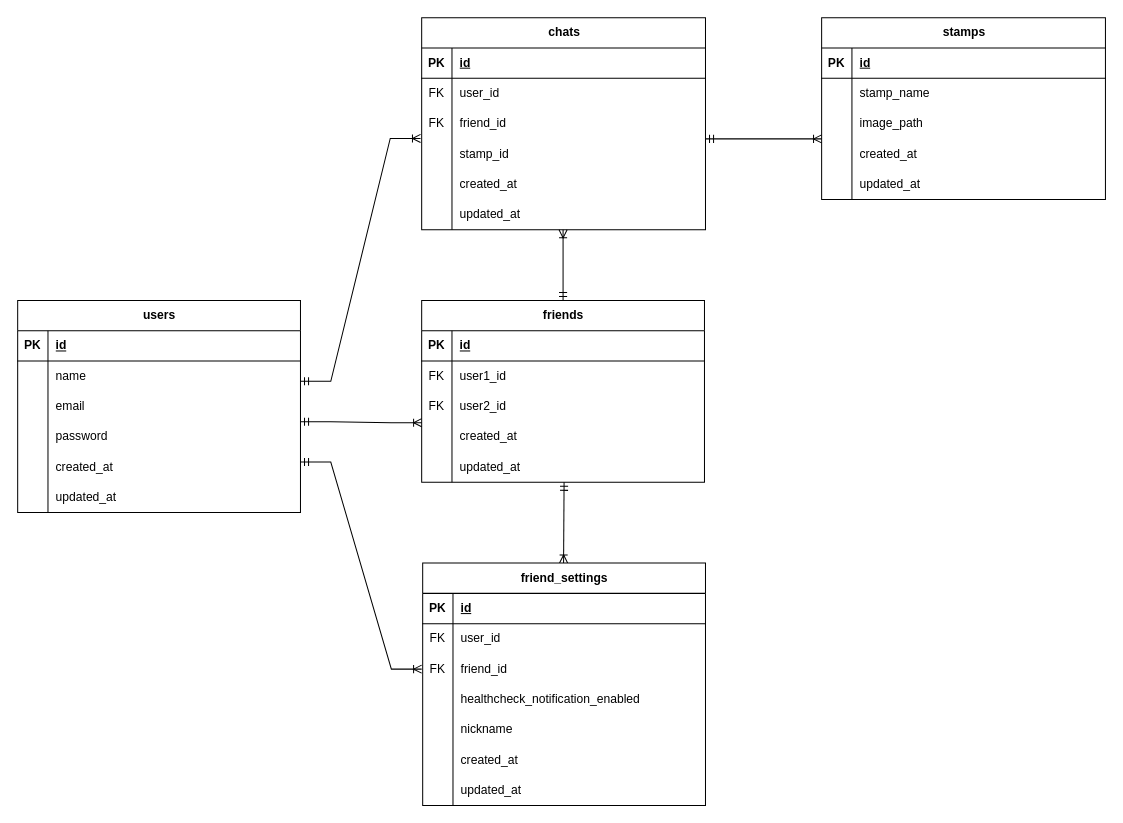
The draw.io diagram ER図 .drawio in ht19ssts/-, before the edit. Source tidied: cells renumbered, new cells numbered last; positions are measured from the earlier drawing's top-left corner, leaving out a move shared by most shapes. Both pictures are drawn from the tidied source at 101%, with x=0, y=0 at pixel (17, 17).
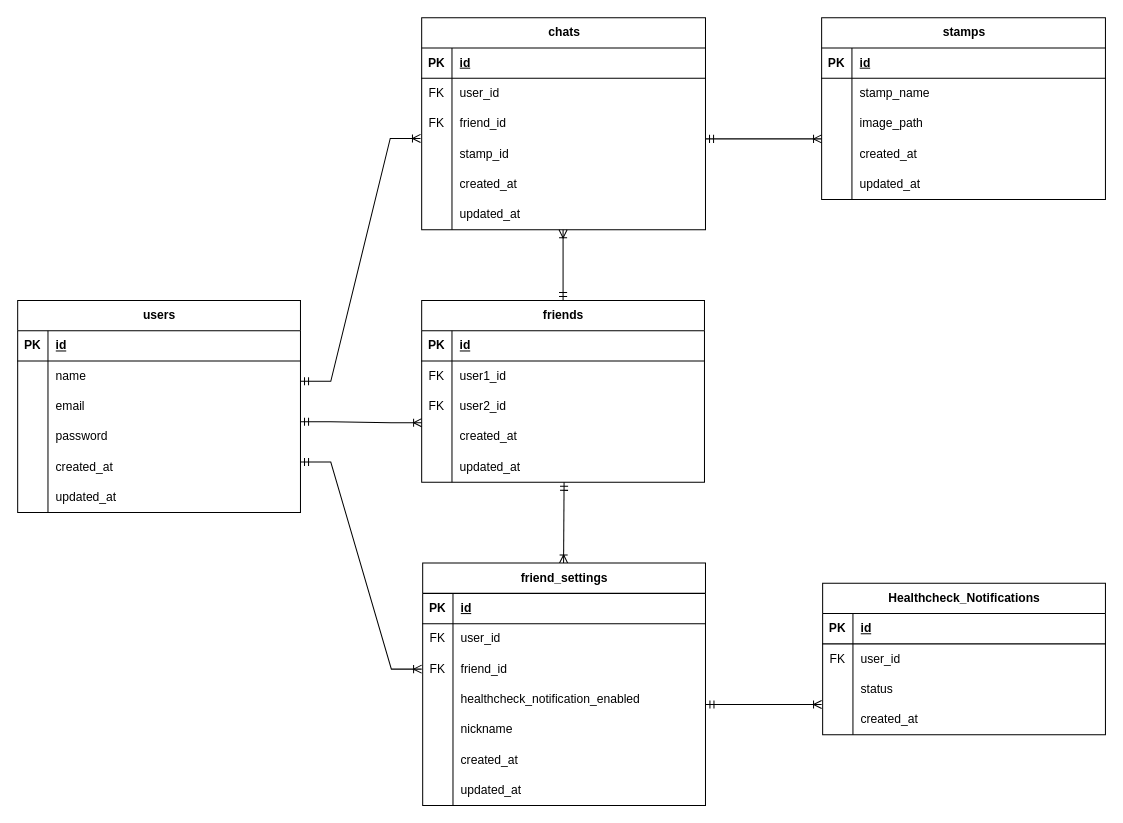
After the change.

Commit message:
ER図 .drawio を更新します

The edit, as a diff of the source:
```diff
@@
+    <mxCell id="101" value="&lt;span style=&quot;font-size: 12px;&quot;&gt;Healthcheck_Notifications&lt;/span&gt;" style="shape=table;startSize=30;childLayout=tableLayout;rowLines=0;fontStyle=1;align=center;html=1;" parent="1" vertex="1">
+      <mxGeometry x="797" y="560" width="280" height="150" as="geometry" />
+    </mxCell>
+    <mxCell id="102" style="shape=tableRow;horizontal=0;startSize=0;swimlaneHead=0;swimlaneBody=0;fillColor=none;top=0;left=0;right=0;bottom=1;" parent="101" vertex="1">
+      <mxGeometry y="30" width="280" height="30" as="geometry" />
+    </mxCell>
+    <mxCell id="103" value="PK" style="shape=partialRectangle;fillColor=none;top=0;left=0;bottom=0;right=0;fontStyle=1;overflow=hidden;whiteSpace=wrap;html=1;" parent="102" vertex="1">
+      <mxGeometry width="30" height="30" as="geometry" />
+    </mxCell>
+    <mxCell id="104" value="id" style="shape=partialRectangle;fillColor=none;top=0;left=0;bottom=0;right=0;align=left;spacingLeft=6;fontStyle=5;overflow=hidden;whiteSpace=wrap;html=1;" parent="102" vertex="1">
+      <mxGeometry x="30" width="250" height="30" as="geometry" />
+    </mxCell>
+    <mxCell id="105" style="shape=tableRow;horizontal=0;startSize=0;swimlaneHead=0;swimlaneBody=0;fillColor=none;top=0;left=0;right=0;bottom=0;" parent="101" vertex="1">
+      <mxGeometry y="60" width="280" height="30" as="geometry" />
+    </mxCell>
+    <mxCell id="106" value="FK" style="shape=partialRectangle;fillColor=none;top=0;left=0;bottom=0;right=0;overflow=hidden;whiteSpace=wrap;html=1;" parent="105" vertex="1">
+      <mxGeometry width="30" height="30" as="geometry" />
+    </mxCell>
+    <mxCell id="107" value="user_id" style="shape=partialRectangle;fillColor=none;top=0;left=0;bottom=0;right=0;align=left;spacingLeft=6;overflow=hidden;whiteSpace=wrap;html=1;" parent="105" vertex="1">
+      <mxGeometry x="30" width="250" height="30" as="geometry" />
+    </mxCell>
+    <mxCell id="108" style="shape=tableRow;horizontal=0;startSize=0;swimlaneHead=0;swimlaneBody=0;fillColor=none;top=0;left=0;right=0;bottom=0;" parent="101" vertex="1">
+      <mxGeometry y="90" width="280" height="30" as="geometry" />
+    </mxCell>
+    <mxCell id="109" style="shape=partialRectangle;fillColor=none;top=0;left=0;bottom=0;right=0;overflow=hidden;whiteSpace=wrap;html=1;" parent="108" vertex="1">
+      <mxGeometry width="30" height="30" as="geometry" />
+    </mxCell>
+    <mxCell id="110" value="&lt;span style=&quot;font-size: 12px;&quot;&gt;status&lt;/span&gt;" style="shape=partialRectangle;fillColor=none;top=0;left=0;bottom=0;right=0;align=left;spacingLeft=6;overflow=hidden;whiteSpace=wrap;html=1;" parent="108" vertex="1">
+      <mxGeometry x="30" width="250" height="30" as="geometry" />
+    </mxCell>
+    <mxCell id="111" style="shape=tableRow;horizontal=0;startSize=0;swimlaneHead=0;swimlaneBody=0;fillColor=none;top=0;left=0;right=0;bottom=0;" parent="101" vertex="1">
+      <mxGeometry y="120" width="280" height="30" as="geometry" />
+    </mxCell>
+    <mxCell id="112" style="shape=partialRectangle;fillColor=none;top=0;left=0;bottom=0;right=0;overflow=hidden;whiteSpace=wrap;html=1;" parent="111" vertex="1">
+      <mxGeometry width="30" height="30" as="geometry" />
+    </mxCell>
+    <mxCell id="113" value="created_at" style="shape=partialRectangle;fillColor=none;top=0;left=0;bottom=0;right=0;align=left;spacingLeft=6;overflow=hidden;whiteSpace=wrap;html=1;" parent="111" vertex="1">
+      <mxGeometry x="30" width="250" height="30" as="geometry" />
+    </mxCell>
+    <mxCell id="114" style="endArrow=ERoneToMany;html=1;rounded=0;startArrow=ERmandOne;startFill=0;endFill=0;exitX=0.996;exitY=0.898;exitDx=0;exitDy=0;exitPerimeter=0;entryX=-0.009;entryY=-0.102;entryDx=0;entryDy=0;entryPerimeter=0;" parent="1" edge="1">
+      <mxGeometry relative="1" as="geometry">
+        <mxPoint x="681.4" y="680" as="sourcePoint" />
+        <mxPoint x="796" y="680" as="targetPoint" />
+      </mxGeometry>
+    </mxCell>
```
